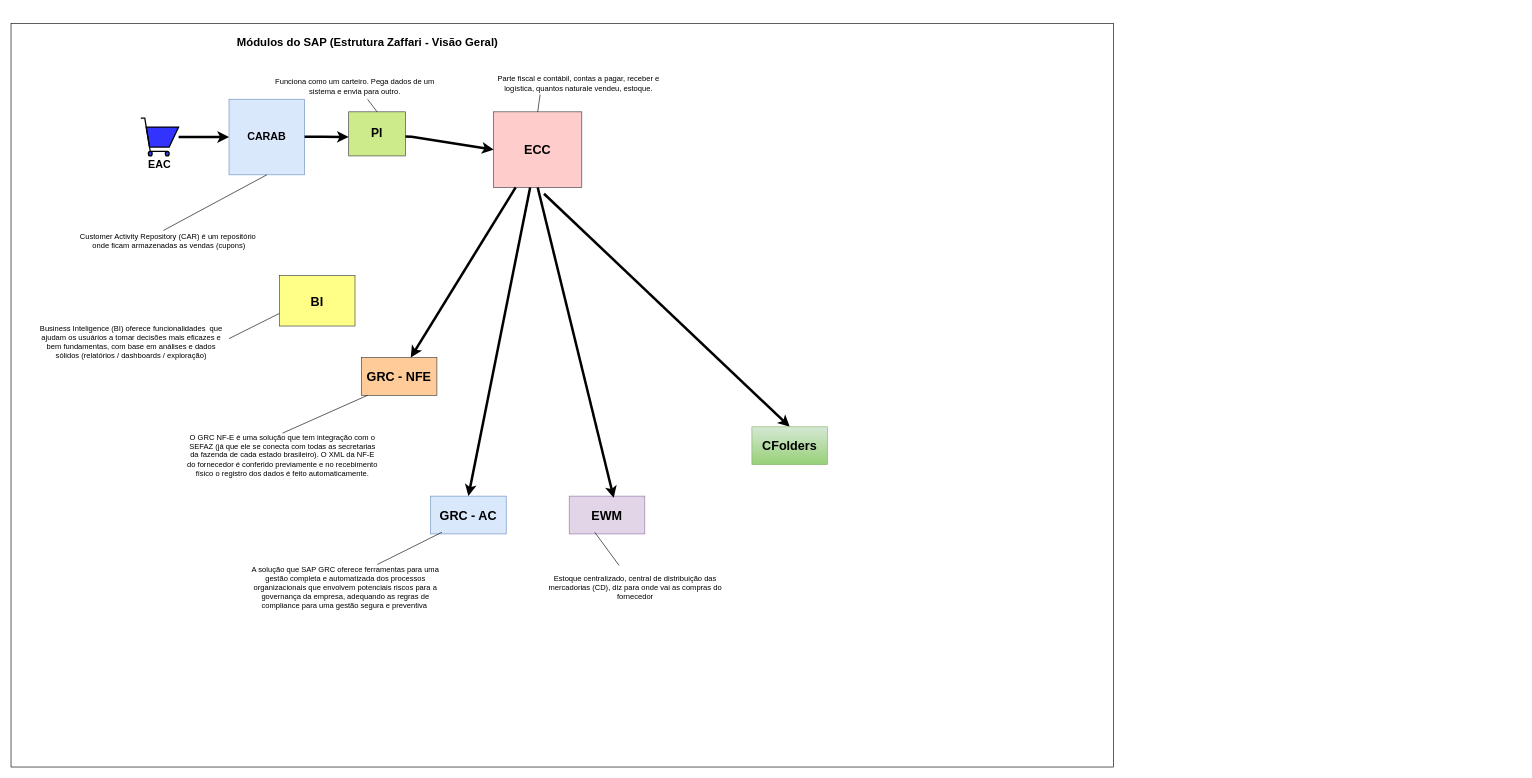
The draw.io diagram modulos_sap.drawio in cferrugem/drawio, before the edit. Source tidied: cells renumbered, new cells numbered last; positions are measured from the earlier drawing's top-left corner, leaving out a move shared by most shapes. Both pictures are drawn from the tidied source at 63%, with x=0, y=0 at pixel (11, 23).
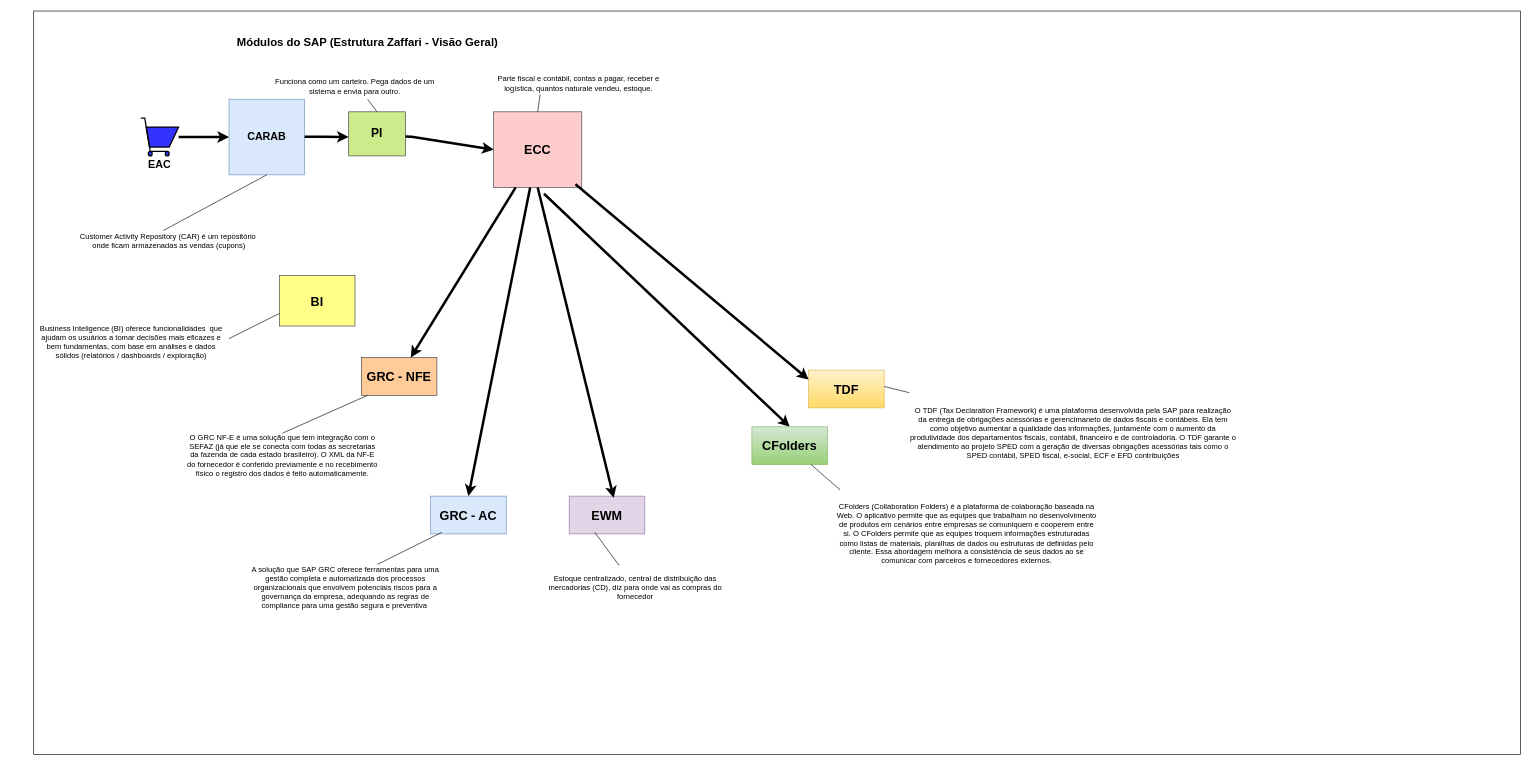
After the change.

Diff of the diagram source:
```diff
@@
     <mxCell id="2" style="rounded=0;whiteSpace=wrap;html=1;" parent="1" vertex="1">
-      <mxGeometry width="1750" height="1180" as="geometry" />
+      <mxGeometry x="36" y="-20" width="2360" height="1180" as="geometry" />
     </mxCell>
@@
+    <mxCell id="36" value="CFolders (Collaboration Folders) é a plataforma de colaboração baseada na Web. O aplicativo permite que as equipes que trabalham no desenvolvimento de produtos em cenários entre empresas se comuniquem e cooperem entre si. O CFolders permite que as equipes troquem informações estruturadas como listas de materiais, planilhas de dados ou estruturas de definidas pelo cliente. Essa abordagem melhora a consistência de seus dados ao se comunicar com parceiros e fornecedores externos." style="text;html=1;align=center;verticalAlign=middle;whiteSpace=wrap;rounded=0;" parent="1" vertex="1">
+      <mxGeometry x="1308" y="730" width="418" height="160" as="geometry" />
+    </mxCell>
+    <mxCell id="37" style="endArrow=none;html=1;rounded=0;entryX=0.338;entryY=0.957;entryDx=0;entryDy=0;entryPerimeter=0;exitX=0.019;exitY=0.063;exitDx=0;exitDy=0;exitPerimeter=0;" parent="1" edge="1" source="36">
+      <mxGeometry relative="1" as="geometry">
+        <mxPoint x="1270" y="700" as="targetPoint" />
+      </mxGeometry>
+    </mxCell>
+    <mxCell id="38" value="TDF" style="rounded=0;whiteSpace=wrap;html=1;fillColor=#fff2cc;strokeColor=#d6b656;fontStyle=1;fontSize=20;gradientColor=#ffd966;" parent="1" vertex="1">
+      <mxGeometry x="1266" y="550" width="120" height="60" as="geometry" />
+    </mxCell>
+    <mxCell id="39" style="endArrow=classic;html=1;rounded=0;fontColor=#000000;labelBackgroundColor=#000000;fillColor=#000000;endWidth=13.11111111111111;strokeWidth=4;entryX=0;entryY=0.25;entryDx=0;entryDy=0;" parent="1" edge="1" target="38">
+      <mxGeometry relative="1" as="geometry">
+        <mxPoint x="896" y="255" as="sourcePoint" />
+      </mxGeometry>
+    </mxCell>
+    <mxCell id="40" value="O TDF (Tax Declaration Framework) é uma plataforma desenvolvida pela SAP para realização da entrega de obrigações acessórias e gerencimaneto de dados fiscais e contábeis. Ela tem como objetivo aumentar a qualidade das informações, juntamente com o aumento da produtividade dos departamentos fiscais, contábil, financeiro e de controladoria. O TDF garante o atendimento ao projeto SPED com a geração de diversas obrigações acessórias tais como o SPED contábil, SPED fiscal, e-social, ECF e EFD contribuições" style="text;html=1;align=center;verticalAlign=middle;whiteSpace=wrap;rounded=0;" parent="1" vertex="1">
+      <mxGeometry x="1426" y="570" width="520" height="160" as="geometry" />
+    </mxCell>
+    <mxCell id="41" style="endArrow=none;html=1;rounded=0;entryX=0.338;entryY=0.957;entryDx=0;entryDy=0;entryPerimeter=0;" parent="1" edge="1" source="40">
+      <mxGeometry relative="1" as="geometry">
+        <mxPoint x="1386" y="576" as="targetPoint" />
+      </mxGeometry>
+    </mxCell>
```
